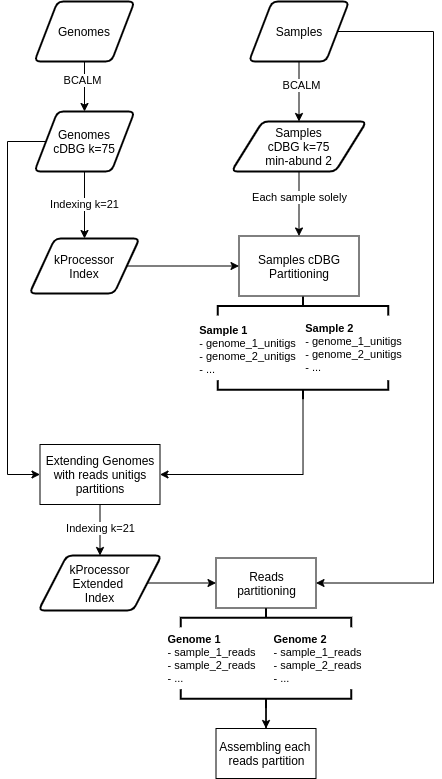
mr-eyes/kDecontaminer keeps this draw.io diagram as kDecontaminer.png. Above is the earlier version. Source tidied: cells renumbered, new cells last; positions are measured from the earlier drawing's top-left corner, leaving out a move shared by most shapes. Source of this version:
```xml
<mxGraphModel>
  <root>
    <mxCell id="0" />
    <mxCell id="1" parent="0" />
    <mxCell id="2" style="edgeStyle=orthogonalEdgeStyle;rounded=0;jettySize=auto;html=1;" parent="1" edge="1" source="4" target="12">
      <mxGeometry relative="1" as="geometry" />
    </mxCell>
    <mxCell id="3" value="BCALM" style="edgeLabel;html=1;align=center;verticalAlign=middle;" parent="2" vertex="1">
      <mxGeometry x="-0.26" y="-2" relative="1" as="geometry" />
    </mxCell>
    <mxCell id="4" value="&lt;span&gt;Genomes&lt;/span&gt;" style="shape=parallelogram;html=1;strokeWidth=2;perimeter=parallelogramPerimeter;whiteSpace=wrap;rounded=1;arcSize=12;size=0.23;" parent="1" vertex="1">
      <mxGeometry x="27" width="100" height="60" as="geometry" />
    </mxCell>
    <mxCell id="5" style="edgeStyle=orthogonalEdgeStyle;rounded=0;jettySize=auto;html=1;entryX=0.5;entryY=0;entryDx=0;entryDy=0;" parent="1" edge="1" source="8" target="15">
      <mxGeometry relative="1" as="geometry" />
    </mxCell>
    <mxCell id="6" value="BCALM" style="edgeLabel;html=1;align=center;verticalAlign=middle;" parent="5" vertex="1">
      <mxGeometry x="-0.21" y="2" relative="1" as="geometry" />
    </mxCell>
    <mxCell id="7" style="edgeStyle=orthogonalEdgeStyle;rounded=0;jettySize=auto;html=1;entryX=1;entryY=0.5;entryDx=0;entryDy=0;" parent="1" edge="1" source="8" target="29">
      <mxGeometry relative="1" as="geometry">
        <Array as="points">
          <mxPoint x="426" y="30" />
          <mxPoint x="426" y="582" />
        </Array>
      </mxGeometry>
    </mxCell>
    <mxCell id="8" value="&lt;span&gt;Samples&lt;br&gt;&lt;/span&gt;" style="shape=parallelogram;html=1;strokeWidth=2;perimeter=parallelogramPerimeter;whiteSpace=wrap;rounded=1;arcSize=12;size=0.23;" parent="1" vertex="1">
      <mxGeometry x="241.5" width="100" height="60" as="geometry" />
    </mxCell>
    <mxCell id="9" style="edgeStyle=orthogonalEdgeStyle;rounded=0;jettySize=auto;html=1;entryX=0.5;entryY=0;entryDx=0;entryDy=0;" parent="1" edge="1" target="17">
      <mxGeometry relative="1" as="geometry">
        <mxPoint x="77" y="170" as="sourcePoint" />
      </mxGeometry>
    </mxCell>
    <mxCell id="10" value="Indexing k=21" style="edgeLabel;html=1;align=center;verticalAlign=middle;" parent="9" vertex="1">
      <mxGeometry x="-0.32" y="-1" relative="1" as="geometry">
        <mxPoint x="1" y="9.4" as="offset" />
      </mxGeometry>
    </mxCell>
    <mxCell id="11" style="edgeStyle=orthogonalEdgeStyle;rounded=0;jettySize=auto;html=1;entryX=0;entryY=0.5;entryDx=0;entryDy=0;" parent="1" edge="1" source="12" target="24">
      <mxGeometry relative="1" as="geometry">
        <Array as="points">
          <mxPoint y="140" />
          <mxPoint y="473" />
        </Array>
      </mxGeometry>
    </mxCell>
    <mxCell id="12" value="Genomes&lt;br&gt;cDBG k=75" style="shape=parallelogram;html=1;strokeWidth=2;perimeter=parallelogramPerimeter;whiteSpace=wrap;rounded=1;arcSize=12;size=0.23;" parent="1" vertex="1">
      <mxGeometry x="27" y="110" width="100" height="60" as="geometry" />
    </mxCell>
    <mxCell id="13" style="edgeStyle=orthogonalEdgeStyle;rounded=0;jettySize=auto;html=1;" parent="1" edge="1" source="15" target="18">
      <mxGeometry relative="1" as="geometry" />
    </mxCell>
    <mxCell id="14" value="Each sample solely" style="edgeLabel;html=1;align=center;verticalAlign=middle;" parent="13" vertex="1">
      <mxGeometry x="-0.2" relative="1" as="geometry" />
    </mxCell>
    <mxCell id="15" value="&lt;span&gt;Samples&lt;br&gt;cDBG k=75&lt;/span&gt;&lt;br&gt;&lt;span&gt;min-abund 2&lt;/span&gt;" style="shape=parallelogram;html=1;strokeWidth=2;perimeter=parallelogramPerimeter;whiteSpace=wrap;rounded=1;arcSize=12;size=0.23;" parent="1" vertex="1">
      <mxGeometry x="224" y="120" width="135" height="50" as="geometry" />
    </mxCell>
    <mxCell id="16" style="edgeStyle=orthogonalEdgeStyle;rounded=0;jettySize=auto;html=1;entryX=0;entryY=0.5;entryDx=0;entryDy=0;" parent="1" edge="1" source="17" target="18">
      <mxGeometry relative="1" as="geometry" />
    </mxCell>
    <mxCell id="17" value="&lt;span&gt;kProcessor&lt;/span&gt;&lt;br&gt;&lt;span&gt;Index&lt;/span&gt;" style="shape=parallelogram;html=1;strokeWidth=2;perimeter=parallelogramPerimeter;whiteSpace=wrap;rounded=1;arcSize=12;size=0.23;" parent="1" vertex="1">
      <mxGeometry x="22" y="237" width="110" height="55" as="geometry" />
    </mxCell>
    <mxCell id="18" value="Samples cDBG&lt;br&gt;Partitioning" style="rounded=0;whiteSpace=wrap;html=1;" parent="1" vertex="1">
      <mxGeometry x="231.5" y="234.5" width="120" height="60" as="geometry" />
    </mxCell>
    <mxCell id="19" style="strokeWidth=2;html=1;shape=mxgraph.flowchart.annotation_2;align=left;labelPosition=right;rotation=90;" parent="1" vertex="1">
      <mxGeometry x="286" y="219.3" width="19" height="170.4" as="geometry" />
    </mxCell>
    <mxCell id="20" value="&lt;div style=&quot;text-align: left ; font-size: 11px&quot;&gt;&lt;span&gt;&lt;b&gt;&lt;font style=&quot;font-size: 11px&quot;&gt;Sample 1&lt;/font&gt;&lt;/b&gt;&lt;/span&gt;&lt;/div&gt;&lt;div style=&quot;text-align: left ; font-size: 11px&quot;&gt;&lt;span&gt;&lt;font style=&quot;font-size: 11px&quot;&gt;- genome_1_unitigs&lt;/font&gt;&lt;/span&gt;&lt;/div&gt;&lt;div style=&quot;text-align: left ; font-size: 11px&quot;&gt;&lt;span&gt;&lt;font style=&quot;font-size: 11px&quot;&gt;- genome_2_unitigs&lt;/font&gt;&lt;/span&gt;&lt;/div&gt;&lt;div style=&quot;text-align: left ; font-size: 11px&quot;&gt;&lt;span&gt;&lt;font style=&quot;font-size: 11px&quot;&gt;- ...&lt;/font&gt;&lt;/span&gt;&lt;/div&gt;" style="text;html=1;align=center;verticalAlign=middle;" parent="1" vertex="1">
      <mxGeometry x="186" y="318" width="108" height="61" as="geometry" />
    </mxCell>
    <mxCell id="21" value="&lt;div style=&quot;text-align: left ; font-size: 11px&quot;&gt;&lt;span&gt;&lt;b&gt;&lt;font style=&quot;font-size: 11px&quot;&gt;Sample 2&lt;/font&gt;&lt;/b&gt;&lt;/span&gt;&lt;/div&gt;&lt;div style=&quot;text-align: left ; font-size: 11px&quot;&gt;&lt;span&gt;&lt;font style=&quot;font-size: 11px&quot;&gt;- genome_1_unitigs&lt;/font&gt;&lt;/span&gt;&lt;/div&gt;&lt;div style=&quot;text-align: left ; font-size: 11px&quot;&gt;&lt;span&gt;&lt;font style=&quot;font-size: 11px&quot;&gt;- genome_2_unitigs&lt;/font&gt;&lt;/span&gt;&lt;/div&gt;&lt;div style=&quot;text-align: left ; font-size: 11px&quot;&gt;&lt;span&gt;&lt;font style=&quot;font-size: 11px&quot;&gt;- ...&lt;/font&gt;&lt;/span&gt;&lt;/div&gt;" style="text;html=1;align=center;verticalAlign=middle;" parent="1" vertex="1">
      <mxGeometry x="292" y="315" width="108" height="61" as="geometry" />
    </mxCell>
    <mxCell id="22" style="edgeStyle=orthogonalEdgeStyle;rounded=0;jettySize=auto;html=1;" parent="1" edge="1" source="24" target="28">
      <mxGeometry relative="1" as="geometry" />
    </mxCell>
    <mxCell id="23" value="Indexing k=21" style="edgeLabel;html=1;align=center;verticalAlign=middle;" parent="22" vertex="1">
      <mxGeometry x="0.24" y="1" relative="1" as="geometry">
        <mxPoint x="-1" y="-7.4" as="offset" />
      </mxGeometry>
    </mxCell>
    <mxCell id="24" value="Extending Genomes&lt;br&gt;with reads unitigs partitions" style="rounded=0;whiteSpace=wrap;html=1;" parent="1" vertex="1">
      <mxGeometry x="32.5" y="443" width="120" height="60" as="geometry" />
    </mxCell>
    <mxCell id="25" style="edgeStyle=orthogonalEdgeStyle;rounded=0;jettySize=auto;html=1;exitX=0;exitY=0.5;exitDx=0;exitDy=0;exitPerimeter=0;entryX=1;entryY=0.5;entryDx=0;entryDy=0;" parent="1" edge="1" source="26" target="24">
      <mxGeometry relative="1" as="geometry" />
    </mxCell>
    <mxCell id="26" style="strokeWidth=2;html=1;shape=mxgraph.flowchart.annotation_2;align=left;labelPosition=right;rotation=-90;" parent="1" vertex="1">
      <mxGeometry x="286" y="303" width="19" height="170.4" as="geometry" />
    </mxCell>
    <mxCell id="27" style="edgeStyle=orthogonalEdgeStyle;rounded=0;jettySize=auto;html=1;entryX=0;entryY=0.5;entryDx=0;entryDy=0;" parent="1" edge="1" source="28" target="29">
      <mxGeometry relative="1" as="geometry" />
    </mxCell>
    <mxCell id="28" value="&lt;span&gt;kProcessor&lt;/span&gt;&lt;br&gt;&lt;span&gt;Extended &lt;br&gt;Index&lt;/span&gt;" style="shape=parallelogram;html=1;strokeWidth=2;perimeter=parallelogramPerimeter;whiteSpace=wrap;rounded=1;arcSize=12;size=0.23;" parent="1" vertex="1">
      <mxGeometry x="31" y="554" width="123" height="55" as="geometry" />
    </mxCell>
    <mxCell id="29" value="&amp;nbsp;Reads &lt;br&gt;partitioning" style="html=1;dashed=0;whitespace=wrap;fillColor=none;align=center;" parent="1" vertex="1">
      <mxGeometry x="208.5" y="556.5" width="100" height="50" as="geometry" />
    </mxCell>
    <mxCell id="30" style="strokeWidth=2;html=1;shape=mxgraph.flowchart.annotation_2;align=left;labelPosition=right;rotation=90;" parent="1" vertex="1">
      <mxGeometry x="249" y="531" width="19" height="170.4" as="geometry" />
    </mxCell>
    <mxCell id="31" value="&lt;div style=&quot;text-align: left ; font-size: 11px&quot;&gt;&lt;span&gt;&lt;b&gt;&lt;font style=&quot;font-size: 11px&quot;&gt;Genome 1&lt;/font&gt;&lt;/b&gt;&lt;/span&gt;&lt;/div&gt;&lt;div style=&quot;text-align: left ; font-size: 11px&quot;&gt;&lt;font style=&quot;font-size: 11px&quot;&gt;- sample_1_reads&lt;/font&gt;&lt;/div&gt;&lt;div style=&quot;text-align: left ; font-size: 11px&quot;&gt;&lt;font style=&quot;font-size: 11px&quot;&gt;- sample_2_reads&lt;/font&gt;&lt;/div&gt;&lt;div style=&quot;text-align: left ; font-size: 11px&quot;&gt;&lt;span&gt;&lt;font style=&quot;font-size: 11px&quot;&gt;- ...&lt;/font&gt;&lt;/span&gt;&lt;/div&gt;" style="text;html=1;align=center;verticalAlign=middle;" parent="1" vertex="1">
      <mxGeometry x="154" y="626.7" width="99" height="61" as="geometry" />
    </mxCell>
    <mxCell id="32" value="&lt;div style=&quot;text-align: left ; font-size: 11px&quot;&gt;&lt;span&gt;&lt;b&gt;&lt;font style=&quot;font-size: 11px&quot;&gt;Genome 2&lt;/font&gt;&lt;/b&gt;&lt;/span&gt;&lt;/div&gt;&lt;div style=&quot;text-align: left ; font-size: 11px&quot;&gt;&lt;font style=&quot;font-size: 11px&quot;&gt;- sample_1_reads&lt;/font&gt;&lt;/div&gt;&lt;div style=&quot;text-align: left ; font-size: 11px&quot;&gt;&lt;font style=&quot;font-size: 11px&quot;&gt;- sample_2_reads&lt;/font&gt;&lt;/div&gt;&lt;div style=&quot;text-align: left ; font-size: 11px&quot;&gt;&lt;span&gt;&lt;font style=&quot;font-size: 11px&quot;&gt;- ...&lt;/font&gt;&lt;/span&gt;&lt;/div&gt;" style="text;html=1;align=center;verticalAlign=middle;" parent="1" vertex="1">
      <mxGeometry x="260" y="626.7" width="99" height="61" as="geometry" />
    </mxCell>
    <mxCell id="33" style="edgeStyle=orthogonalEdgeStyle;rounded=0;jettySize=auto;html=1;exitX=0;exitY=0.5;exitDx=0;exitDy=0;exitPerimeter=0;" parent="1" edge="1" source="34" target="35">
      <mxGeometry relative="1" as="geometry" />
    </mxCell>
    <mxCell id="34" style="strokeWidth=2;html=1;shape=mxgraph.flowchart.annotation_2;align=left;labelPosition=right;rotation=-90;" parent="1" vertex="1">
      <mxGeometry x="249" y="612" width="19" height="170.4" as="geometry" />
    </mxCell>
    <mxCell id="35" value="Assembling each &lt;br&gt;reads partition" style="html=1;dashed=0;whitespace=wrap;fillColor=none;" parent="1" vertex="1">
      <mxGeometry x="208.5" y="727" width="100" height="50" as="geometry" />
    </mxCell>
  </root>
</mxGraphModel>
```
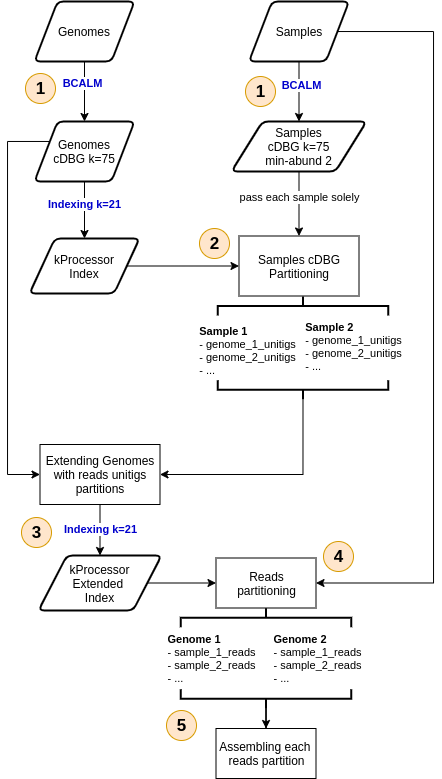
After the change.

Commit message:
numbering steps

Change to the diagram source:
```diff
@@ -5,7 +5,7 @@
     <mxCell id="2" style="edgeStyle=orthogonalEdgeStyle;rounded=0;jettySize=auto;html=1;" parent="1" edge="1" source="4" target="12">
       <mxGeometry relative="1" as="geometry" />
     </mxCell>
-    <mxCell id="3" value="BCALM" style="edgeLabel;html=1;align=center;verticalAlign=middle;" parent="2" vertex="1">
+    <mxCell id="3" value="&lt;b&gt;&lt;font color=&quot;#0000cc&quot;&gt;BCALM&lt;/font&gt;&lt;/b&gt;" style="edgeLabel;html=1;align=center;verticalAlign=middle;" parent="2" vertex="1">
       <mxGeometry x="-0.26" y="-2" relative="1" as="geometry" />
     </mxCell>
     <mxCell id="4" value="&lt;span&gt;Genomes&lt;/span&gt;" style="shape=parallelogram;html=1;strokeWidth=2;perimeter=parallelogramPerimeter;whiteSpace=wrap;rounded=1;arcSize=12;size=0.23;" parent="1" vertex="1">
@@ -14,7 +14,7 @@
     <mxCell id="5" style="edgeStyle=orthogonalEdgeStyle;rounded=0;jettySize=auto;html=1;entryX=0.5;entryY=0;entryDx=0;entryDy=0;" parent="1" edge="1" source="8" target="15">
       <mxGeometry relative="1" as="geometry" />
     </mxCell>
-    <mxCell id="6" value="BCALM" style="edgeLabel;html=1;align=center;verticalAlign=middle;" parent="5" vertex="1">
+    <mxCell id="6" value="&lt;font color=&quot;#0000cc&quot;&gt;&lt;b&gt;BCALM&lt;/b&gt;&lt;/font&gt;" style="edgeLabel;html=1;align=center;verticalAlign=middle;" parent="5" vertex="1">
       <mxGeometry x="-0.21" y="2" relative="1" as="geometry" />
     </mxCell>
     <mxCell id="7" style="edgeStyle=orthogonalEdgeStyle;rounded=0;jettySize=auto;html=1;entryX=1;entryY=0.5;entryDx=0;entryDy=0;" parent="1" edge="1" source="8" target="29">
@@ -33,7 +33,7 @@
         <mxPoint x="77" y="170" as="sourcePoint" />
       </mxGeometry>
     </mxCell>
-    <mxCell id="10" value="Indexing k=21" style="edgeLabel;html=1;align=center;verticalAlign=middle;" parent="9" vertex="1">
+    <mxCell id="10" value="&lt;font color=&quot;#0000cc&quot;&gt;&lt;b&gt;Indexing k=21&lt;/b&gt;&lt;/font&gt;" style="edgeLabel;html=1;align=center;verticalAlign=middle;" parent="9" vertex="1">
       <mxGeometry x="-0.32" y="-1" relative="1" as="geometry">
         <mxPoint x="1" y="9.4" as="offset" />
       </mxGeometry>
@@ -47,12 +47,12 @@
       </mxGeometry>
     </mxCell>
     <mxCell id="12" value="Genomes&lt;br&gt;cDBG k=75" style="shape=parallelogram;html=1;strokeWidth=2;perimeter=parallelogramPerimeter;whiteSpace=wrap;rounded=1;arcSize=12;size=0.23;" parent="1" vertex="1">
-      <mxGeometry x="27" y="110" width="100" height="60" as="geometry" />
+      <mxGeometry x="27" y="120" width="100" height="60" as="geometry" />
     </mxCell>
     <mxCell id="13" style="edgeStyle=orthogonalEdgeStyle;rounded=0;jettySize=auto;html=1;" parent="1" edge="1" source="15" target="18">
       <mxGeometry relative="1" as="geometry" />
     </mxCell>
-    <mxCell id="14" value="Each sample solely" style="edgeLabel;html=1;align=center;verticalAlign=middle;" parent="13" vertex="1">
+    <mxCell id="14" value="pass each sample solely" style="edgeLabel;html=1;align=center;verticalAlign=middle;" parent="13" vertex="1">
       <mxGeometry x="-0.2" relative="1" as="geometry" />
     </mxCell>
     <mxCell id="15" value="&lt;span&gt;Samples&lt;br&gt;cDBG k=75&lt;/span&gt;&lt;br&gt;&lt;span&gt;min-abund 2&lt;/span&gt;" style="shape=parallelogram;html=1;strokeWidth=2;perimeter=parallelogramPerimeter;whiteSpace=wrap;rounded=1;arcSize=12;size=0.23;" parent="1" vertex="1">
@@ -79,7 +79,7 @@
     <mxCell id="22" style="edgeStyle=orthogonalEdgeStyle;rounded=0;jettySize=auto;html=1;" parent="1" edge="1" source="24" target="28">
       <mxGeometry relative="1" as="geometry" />
     </mxCell>
-    <mxCell id="23" value="Indexing k=21" style="edgeLabel;html=1;align=center;verticalAlign=middle;" parent="22" vertex="1">
+    <mxCell id="23" value="&lt;b&gt;&lt;font color=&quot;#0000cc&quot;&gt;Indexing k=21&lt;/font&gt;&lt;/b&gt;" style="edgeLabel;html=1;align=center;verticalAlign=middle;" parent="22" vertex="1">
       <mxGeometry x="0.24" y="1" relative="1" as="geometry">
         <mxPoint x="-1" y="-7.4" as="offset" />
       </mxGeometry>
@@ -120,5 +120,23 @@
     <mxCell id="35" value="Assembling each &lt;br&gt;reads partition" style="html=1;dashed=0;whitespace=wrap;fillColor=none;" parent="1" vertex="1">
       <mxGeometry x="208.5" y="727" width="100" height="50" as="geometry" />
     </mxCell>
+    <mxCell id="36" value="1" style="shape=ellipse;html=1;dashed=0;whitespace=wrap;perimeter=ellipsePerimeter;fillColor=#ffe6cc;strokeColor=#d79b00;labelBackgroundColor=none;fontSize=17;fontStyle=1;" parent="1" vertex="1">
+      <mxGeometry x="238" y="75" width="30" height="30" as="geometry" />
+    </mxCell>
+    <mxCell id="37" value="2" style="shape=ellipse;html=1;dashed=0;whitespace=wrap;perimeter=ellipsePerimeter;fillColor=#ffe6cc;strokeColor=#d79b00;labelBackgroundColor=none;fontSize=17;fontStyle=1;" parent="1" vertex="1">
+      <mxGeometry x="192" y="227" width="30" height="30" as="geometry" />
+    </mxCell>
+    <mxCell id="38" value="3" style="shape=ellipse;html=1;dashed=0;whitespace=wrap;perimeter=ellipsePerimeter;fillColor=#ffe6cc;strokeColor=#d79b00;labelBackgroundColor=none;fontSize=17;fontStyle=1;" parent="1" vertex="1">
+      <mxGeometry x="14" y="516" width="30" height="30" as="geometry" />
+    </mxCell>
+    <mxCell id="39" value="4" style="shape=ellipse;html=1;dashed=0;whitespace=wrap;perimeter=ellipsePerimeter;fillColor=#ffe6cc;strokeColor=#d79b00;labelBackgroundColor=none;fontSize=17;fontStyle=1;" parent="1" vertex="1">
+      <mxGeometry x="316" y="540" width="30" height="30" as="geometry" />
+    </mxCell>
+    <mxCell id="40" value="5" style="shape=ellipse;html=1;dashed=0;whitespace=wrap;perimeter=ellipsePerimeter;fillColor=#ffe6cc;strokeColor=#d79b00;labelBackgroundColor=none;fontSize=17;fontStyle=1;" parent="1" vertex="1">
+      <mxGeometry x="159" y="709" width="30" height="30" as="geometry" />
+    </mxCell>
+    <mxCell id="41" value="1" style="shape=ellipse;html=1;dashed=0;whitespace=wrap;perimeter=ellipsePerimeter;fillColor=#ffe6cc;strokeColor=#d79b00;labelBackgroundColor=none;fontSize=17;fontStyle=1;" parent="1" vertex="1">
+      <mxGeometry x="18" y="72" width="30" height="30" as="geometry" />
+    </mxCell>
   </root>
 </mxGraphModel>
```
